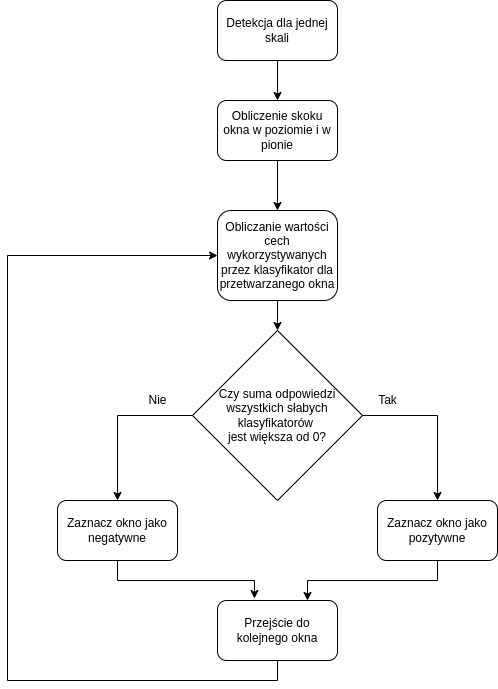
The draw.io diagram src/docs/WIZUT-Dyplom-styl/Pictures/detection_alg.png in lykoszczan/licence_plate_detector, before a commit. Source tidied: cells renumbered, new cells last; positions are measured from the earlier drawing's top-left corner, leaving out a move shared by most shapes. Source of this version:
```xml
<mxGraphModel>
  <root>
    <mxCell id="0" />
    <mxCell id="1" parent="0" />
    <mxCell id="2" style="edgeStyle=orthogonalEdgeStyle;rounded=0;jettySize=auto;html=1;exitX=0.5;exitY=1;exitDx=0;exitDy=0;entryX=0.5;entryY=0;entryDx=0;entryDy=0;" parent="1" edge="1" source="3" target="5">
      <mxGeometry relative="1" as="geometry" />
    </mxCell>
    <mxCell id="3" value="Detekcja dla jednej skali" style="rounded=1;whiteSpace=wrap;html=1;" parent="1" vertex="1">
      <mxGeometry x="210" width="120" height="60" as="geometry" />
    </mxCell>
    <mxCell id="4" style="edgeStyle=orthogonalEdgeStyle;rounded=0;jettySize=auto;html=1;" parent="1" edge="1" source="5" target="7">
      <mxGeometry relative="1" as="geometry" />
    </mxCell>
    <mxCell id="5" value="Obliczenie skoku okna w poziomie i w pionie" style="rounded=1;whiteSpace=wrap;html=1;" parent="1" vertex="1">
      <mxGeometry x="210" y="100" width="120" height="60" as="geometry" />
    </mxCell>
    <mxCell id="6" style="edgeStyle=orthogonalEdgeStyle;rounded=0;jettySize=auto;html=1;exitX=0.5;exitY=1;exitDx=0;exitDy=0;entryX=0.5;entryY=0;entryDx=0;entryDy=0;" parent="1" edge="1" source="7" target="10">
      <mxGeometry relative="1" as="geometry" />
    </mxCell>
    <mxCell id="7" value="Obliczanie wartości cech wykorzystywanych przez klasyfikator dla przetwarzanego okna" style="whiteSpace=wrap;html=1;rounded=1;" parent="1" vertex="1">
      <mxGeometry x="210" y="210" width="120" height="90" as="geometry" />
    </mxCell>
    <mxCell id="8" style="edgeStyle=orthogonalEdgeStyle;rounded=0;jettySize=auto;html=1;exitX=1;exitY=0.5;exitDx=0;exitDy=0;entryX=0.5;entryY=0;entryDx=0;entryDy=0;" parent="1" edge="1" source="10" target="12">
      <mxGeometry relative="1" as="geometry" />
    </mxCell>
    <mxCell id="9" style="edgeStyle=orthogonalEdgeStyle;rounded=0;jettySize=auto;html=1;exitX=0;exitY=0.5;exitDx=0;exitDy=0;entryX=0.5;entryY=0;entryDx=0;entryDy=0;" parent="1" edge="1" source="10" target="16">
      <mxGeometry relative="1" as="geometry" />
    </mxCell>
    <mxCell id="10" value="Czy suma odpowiedzi wszystkich słabych klasyfikatorów &lt;br&gt;jest większa od 0?" style="rhombus;whiteSpace=wrap;html=1;" parent="1" vertex="1">
      <mxGeometry x="185" y="330" width="170" height="170" as="geometry" />
    </mxCell>
    <mxCell id="11" style="edgeStyle=orthogonalEdgeStyle;rounded=0;jettySize=auto;html=1;exitX=0.5;exitY=1;exitDx=0;exitDy=0;entryX=0.75;entryY=0;entryDx=0;entryDy=0;" parent="1" edge="1" source="12" target="14">
      <mxGeometry relative="1" as="geometry" />
    </mxCell>
    <mxCell id="12" value="Zaznacz okno jako pozytywne" style="rounded=1;whiteSpace=wrap;html=1;" parent="1" vertex="1">
      <mxGeometry x="370" y="500" width="120" height="60" as="geometry" />
    </mxCell>
    <mxCell id="13" style="edgeStyle=orthogonalEdgeStyle;rounded=0;jettySize=auto;html=1;exitX=0.5;exitY=1;exitDx=0;exitDy=0;entryX=0;entryY=0.5;entryDx=0;entryDy=0;" parent="1" edge="1" source="14" target="7">
      <mxGeometry relative="1" as="geometry">
        <Array as="points">
          <mxPoint x="270" y="680" />
          <mxPoint y="680" />
          <mxPoint y="255" />
        </Array>
      </mxGeometry>
    </mxCell>
    <mxCell id="14" value="Przejście do kolejnego okna" style="rounded=1;whiteSpace=wrap;html=1;" parent="1" vertex="1">
      <mxGeometry x="210" y="600" width="120" height="60" as="geometry" />
    </mxCell>
    <mxCell id="15" style="edgeStyle=orthogonalEdgeStyle;rounded=0;jettySize=auto;html=1;exitX=0.5;exitY=1;exitDx=0;exitDy=0;entryX=0.308;entryY=-0.033;entryDx=0;entryDy=0;entryPerimeter=0;" parent="1" edge="1" source="16" target="14">
      <mxGeometry relative="1" as="geometry" />
    </mxCell>
    <mxCell id="16" value="Zaznacz okno jako negatywne" style="rounded=1;whiteSpace=wrap;html=1;" parent="1" vertex="1">
      <mxGeometry x="50" y="500" width="120" height="60" as="geometry" />
    </mxCell>
    <mxCell id="17" value="Nie" style="text;html=1;align=center;verticalAlign=middle;strokeColor=none;fillColor=none;" parent="1" vertex="1">
      <mxGeometry x="130" y="385" width="40" height="30" as="geometry" />
    </mxCell>
    <mxCell id="18" value="Tak" style="text;html=1;align=center;verticalAlign=middle;strokeColor=none;fillColor=none;" parent="1" vertex="1">
      <mxGeometry x="360" y="385" width="40" height="30" as="geometry" />
    </mxCell>
  </root>
</mxGraphModel>
```
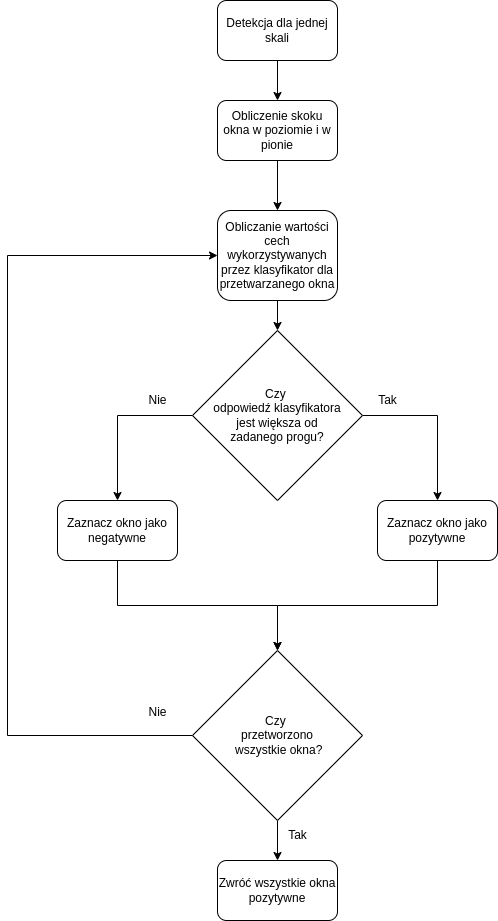
Later version of the same file.

The edit, as a diff of the source:
```diff
@@ -26,28 +26,26 @@
     <mxCell id="9" style="edgeStyle=orthogonalEdgeStyle;rounded=0;jettySize=auto;html=1;exitX=0;exitY=0.5;exitDx=0;exitDy=0;entryX=0.5;entryY=0;entryDx=0;entryDy=0;" parent="1" edge="1" source="10" target="16">
       <mxGeometry relative="1" as="geometry" />
     </mxCell>
-    <mxCell id="10" value="Czy suma odpowiedzi wszystkich słabych klasyfikatorów &lt;br&gt;jest większa od 0?" style="rhombus;whiteSpace=wrap;html=1;" parent="1" vertex="1">
+    <mxCell id="10" value="Czy &lt;br&gt;odpowiedź klasyfikatora&lt;br&gt;&amp;nbsp;jest większa od &lt;br&gt;zadanego progu?" style="rhombus;whiteSpace=wrap;html=1;" parent="1" vertex="1">
       <mxGeometry x="185" y="330" width="170" height="170" as="geometry" />
     </mxCell>
-    <mxCell id="11" style="edgeStyle=orthogonalEdgeStyle;rounded=0;jettySize=auto;html=1;exitX=0.5;exitY=1;exitDx=0;exitDy=0;entryX=0.75;entryY=0;entryDx=0;entryDy=0;" parent="1" edge="1" source="12" target="14">
-      <mxGeometry relative="1" as="geometry" />
+    <mxCell id="11" style="edgeStyle=orthogonalEdgeStyle;rounded=0;jettySize=auto;html=1;exitX=0.5;exitY=1;exitDx=0;exitDy=0;" parent="1" edge="1" source="12">
+      <mxGeometry relative="1" as="geometry">
+        <mxPoint x="270" y="650" as="targetPoint" />
+      </mxGeometry>
     </mxCell>
     <mxCell id="12" value="Zaznacz okno jako pozytywne" style="rounded=1;whiteSpace=wrap;html=1;" parent="1" vertex="1">
       <mxGeometry x="370" y="500" width="120" height="60" as="geometry" />
     </mxCell>
-    <mxCell id="13" style="edgeStyle=orthogonalEdgeStyle;rounded=0;jettySize=auto;html=1;exitX=0.5;exitY=1;exitDx=0;exitDy=0;entryX=0;entryY=0.5;entryDx=0;entryDy=0;" parent="1" edge="1" source="14" target="7">
+    <mxCell id="13" style="edgeStyle=orthogonalEdgeStyle;rounded=0;jettySize=auto;html=1;exitX=0;exitY=0.5;exitDx=0;exitDy=0;entryX=0;entryY=0.5;entryDx=0;entryDy=0;" parent="1" edge="1" source="20" target="7">
       <mxGeometry relative="1" as="geometry">
         <Array as="points">
-          <mxPoint x="270" y="680" />
-          <mxPoint y="680" />
+          <mxPoint y="735" />
           <mxPoint y="255" />
         </Array>
       </mxGeometry>
     </mxCell>
-    <mxCell id="14" value="Przejście do kolejnego okna" style="rounded=1;whiteSpace=wrap;html=1;" parent="1" vertex="1">
-      <mxGeometry x="210" y="600" width="120" height="60" as="geometry" />
-    </mxCell>
-    <mxCell id="15" style="edgeStyle=orthogonalEdgeStyle;rounded=0;jettySize=auto;html=1;exitX=0.5;exitY=1;exitDx=0;exitDy=0;entryX=0.308;entryY=-0.033;entryDx=0;entryDy=0;entryPerimeter=0;" parent="1" edge="1" source="16" target="14">
+    <mxCell id="15" style="edgeStyle=orthogonalEdgeStyle;rounded=0;jettySize=auto;html=1;exitX=0.5;exitY=1;exitDx=0;exitDy=0;" parent="1" edge="1" source="16" target="20">
       <mxGeometry relative="1" as="geometry" />
     </mxCell>
     <mxCell id="16" value="Zaznacz okno jako negatywne" style="rounded=1;whiteSpace=wrap;html=1;" parent="1" vertex="1">
@@ -59,5 +57,20 @@
     <mxCell id="18" value="Tak" style="text;html=1;align=center;verticalAlign=middle;strokeColor=none;fillColor=none;" parent="1" vertex="1">
       <mxGeometry x="360" y="385" width="40" height="30" as="geometry" />
     </mxCell>
+    <mxCell id="19" style="edgeStyle=orthogonalEdgeStyle;rounded=0;jettySize=auto;html=1;exitX=0.5;exitY=1;exitDx=0;exitDy=0;entryX=0.5;entryY=0;entryDx=0;entryDy=0;" parent="1" edge="1" source="20" target="22">
+      <mxGeometry relative="1" as="geometry" />
+    </mxCell>
+    <mxCell id="20" value="Czy &lt;br&gt;przetworzono&lt;br&gt;&amp;nbsp;wszystkie okna?" style="rhombus;whiteSpace=wrap;html=1;" parent="1" vertex="1">
+      <mxGeometry x="185" y="650" width="170" height="170" as="geometry" />
+    </mxCell>
+    <mxCell id="21" value="Nie" style="text;html=1;align=center;verticalAlign=middle;strokeColor=none;fillColor=none;" parent="1" vertex="1">
+      <mxGeometry x="130" y="697" width="40" height="30" as="geometry" />
+    </mxCell>
+    <mxCell id="22" value="Zwróć wszystkie okna pozytywne" style="rounded=1;whiteSpace=wrap;html=1;" parent="1" vertex="1">
+      <mxGeometry x="210" y="860" width="120" height="60" as="geometry" />
+    </mxCell>
+    <mxCell id="23" value="Tak" style="text;html=1;align=center;verticalAlign=middle;strokeColor=none;fillColor=none;" parent="1" vertex="1">
+      <mxGeometry x="270" y="820" width="40" height="30" as="geometry" />
+    </mxCell>
   </root>
 </mxGraphModel>
```
